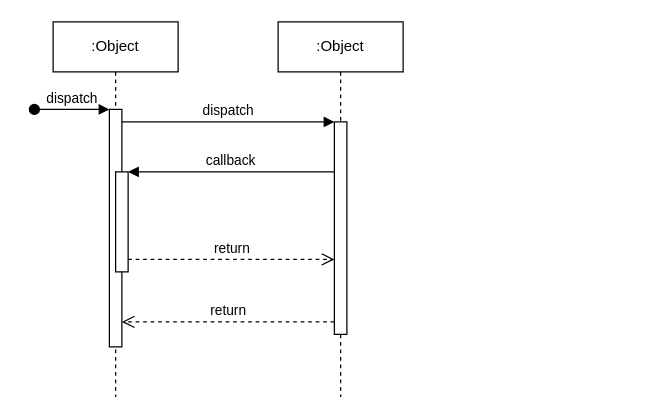
The draw.io diagram sequence_diagram.drawio in ihuod/test-wiki, before the edit. Source tidied: cells renumbered, new cells numbered last; positions are measured from the earlier drawing's top-left corner, leaving out a move shared by most shapes. Both pictures are drawn from the tidied source at 125%, with x=0, y=0 at pixel (34, 21).
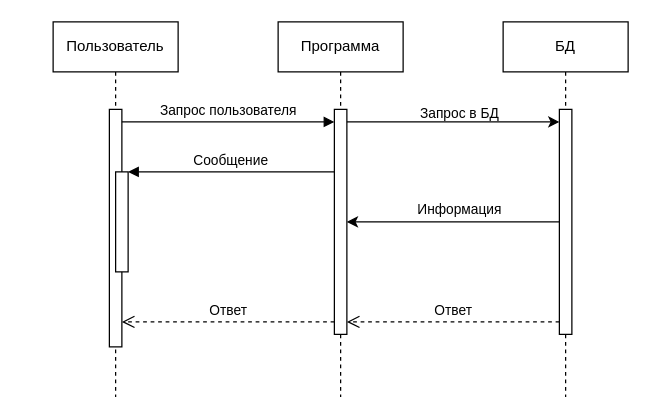
The same diagram, later.

The change refers to these unchanged cells:
```xml
<mxCell id="3" style="html=1;points=[];perimeter=orthogonalPerimeter;outlineConnect=0;targetShapes=umlLifeline;portConstraint=eastwest;newEdgeStyle={&quot;edgeStyle&quot;:&quot;elbowEdgeStyle&quot;,&quot;elbow&quot;:&quot;vertical&quot;,&quot;curved&quot;:0,&quot;rounded&quot;:0};" parent="2" vertex="1">
  <mxGeometry x="45" y="70" width="10" height="190" as="geometry" />
</mxCell>
<mxCell id="5" style="html=1;points=[];perimeter=orthogonalPerimeter;outlineConnect=0;targetShapes=umlLifeline;portConstraint=eastwest;newEdgeStyle={&quot;edgeStyle&quot;:&quot;elbowEdgeStyle&quot;,&quot;elbow&quot;:&quot;vertical&quot;,&quot;curved&quot;:0,&quot;rounded&quot;:0};" parent="2" vertex="1">
  <mxGeometry x="50" y="120" width="10" height="80" as="geometry" />
</mxCell>
```

Change to the diagram source:
```diff
@@
-    <mxCell id="2" value=":Object" style="shape=umlLifeline;perimeter=lifelinePerimeter;whiteSpace=wrap;html=1;newEdgeStyle={&quot;edgeStyle&quot;:&quot;elbowEdgeStyle&quot;,&quot;elbow&quot;:&quot;vertical&quot;,&quot;curved&quot;:0,&quot;rounded&quot;:0};" parent="1" vertex="1">
+    <mxCell id="2" value="Пользователь" style="shape=umlLifeline;perimeter=lifelinePerimeter;whiteSpace=wrap;html=1;newEdgeStyle={&quot;edgeStyle&quot;:&quot;elbowEdgeStyle&quot;,&quot;elbow&quot;:&quot;vertical&quot;,&quot;curved&quot;:0,&quot;rounded&quot;:0};" parent="1" vertex="1">
       <mxGeometry x="15" width="100" height="300" as="geometry" />
     </mxCell>
@@
-    <mxCell id="4" value="dispatch" style="html=1;verticalAlign=bottom;startArrow=oval;endArrow=block;startSize=8;edgeStyle=elbowEdgeStyle;elbow=vertical;curved=0;rounded=0;" parent="2" edge="1" target="3">
-      <mxGeometry relative="1" as="geometry">
-        <mxPoint x="-15" y="70" as="sourcePoint" />
-      </mxGeometry>
-    </mxCell>
@@
-    <mxCell id="6" value=":Object" style="shape=umlLifeline;perimeter=lifelinePerimeter;whiteSpace=wrap;html=1;newEdgeStyle={&quot;edgeStyle&quot;:&quot;elbowEdgeStyle&quot;,&quot;elbow&quot;:&quot;vertical&quot;,&quot;curved&quot;:0,&quot;rounded&quot;:0};" parent="1" vertex="1">
+    <mxCell id="6" value="Программа" style="shape=umlLifeline;perimeter=lifelinePerimeter;whiteSpace=wrap;html=1;newEdgeStyle={&quot;edgeStyle&quot;:&quot;elbowEdgeStyle&quot;,&quot;elbow&quot;:&quot;vertical&quot;,&quot;curved&quot;:0,&quot;rounded&quot;:0};" parent="1" vertex="1">
       <mxGeometry x="195" width="100" height="300" as="geometry" />
     </mxCell>
     <mxCell id="7" style="html=1;points=[];perimeter=orthogonalPerimeter;outlineConnect=0;targetShapes=umlLifeline;portConstraint=eastwest;newEdgeStyle={&quot;edgeStyle&quot;:&quot;elbowEdgeStyle&quot;,&quot;elbow&quot;:&quot;vertical&quot;,&quot;curved&quot;:0,&quot;rounded&quot;:0};" parent="6" vertex="1">
-      <mxGeometry x="45" y="80" width="10" height="170" as="geometry" />
+      <mxGeometry x="45" y="70" width="10" height="180" as="geometry" />
     </mxCell>
-    <mxCell id="8" value="dispatch" style="html=1;verticalAlign=bottom;endArrow=block;edgeStyle=elbowEdgeStyle;elbow=vertical;curved=0;rounded=0;" parent="1" edge="1" source="3" target="7">
+    <mxCell id="8" value="Запрос пользователя" style="html=1;verticalAlign=bottom;endArrow=block;edgeStyle=elbowEdgeStyle;elbow=vertical;curved=0;rounded=0;" parent="1" edge="1" source="3" target="7">
       <mxGeometry relative="1" as="geometry">
         <Array as="points">
           <mxPoint x="155" y="80" />
         </Array>
       </mxGeometry>
     </mxCell>
-    <mxCell id="9" value="return" style="html=1;verticalAlign=bottom;endArrow=open;dashed=1;endSize=8;edgeStyle=elbowEdgeStyle;elbow=vertical;curved=0;rounded=0;" parent="1" edge="1" source="7" target="3">
+    <mxCell id="9" value="Ответ" style="html=1;verticalAlign=bottom;endArrow=open;dashed=1;endSize=8;edgeStyle=elbowEdgeStyle;elbow=vertical;curved=0;rounded=0;" parent="1" edge="1" source="7" target="3">
       <mxGeometry relative="1" as="geometry">
         <Array as="points">
           <mxPoint x="165" y="240" />
         </Array>
       </mxGeometry>
     </mxCell>
-    <mxCell id="10" value="callback" style="html=1;verticalAlign=bottom;endArrow=block;edgeStyle=elbowEdgeStyle;elbow=vertical;curved=0;rounded=0;" parent="1" edge="1" source="7" target="5">
+    <mxCell id="10" value="Сообщение" style="html=1;verticalAlign=bottom;endArrow=block;edgeStyle=elbowEdgeStyle;elbow=vertical;curved=0;rounded=0;" parent="1" edge="1" source="7" target="5">
       <mxGeometry relative="1" as="geometry">
         <Array as="points">
           <mxPoint x="165" y="120" />
         </Array>
       </mxGeometry>
     </mxCell>
-    <mxCell id="11" value="return" style="html=1;verticalAlign=bottom;endArrow=open;dashed=1;endSize=8;edgeStyle=elbowEdgeStyle;elbow=vertical;curved=0;rounded=0;" parent="1" edge="1" source="5" target="7">
-      <mxGeometry relative="1" as="geometry">
-        <Array as="points">
-          <mxPoint x="155" y="190" />
-        </Array>
-      </mxGeometry>
-    </mxCell>
+    <mxCell id="12" value="БД" style="shape=umlLifeline;perimeter=lifelinePerimeter;whiteSpace=wrap;html=1;newEdgeStyle={&quot;edgeStyle&quot;:&quot;elbowEdgeStyle&quot;,&quot;elbow&quot;:&quot;vertical&quot;,&quot;curved&quot;:0,&quot;rounded&quot;:0};" parent="1" vertex="1">
+      <mxGeometry x="375" width="100" height="300" as="geometry" />
+    </mxCell>
+    <mxCell id="13" style="html=1;points=[];perimeter=orthogonalPerimeter;outlineConnect=0;targetShapes=umlLifeline;portConstraint=eastwest;newEdgeStyle={&quot;edgeStyle&quot;:&quot;elbowEdgeStyle&quot;,&quot;elbow&quot;:&quot;vertical&quot;,&quot;curved&quot;:0,&quot;rounded&quot;:0};" parent="12" vertex="1">
+      <mxGeometry x="45" y="70" width="10" height="180" as="geometry" />
+    </mxCell>
+    <mxCell id="14" style="endArrow=classic;html=1;rounded=0;" parent="1" edge="1">
+      <mxGeometry relative="1" as="geometry">
+        <mxPoint x="250" y="80" as="sourcePoint" />
+        <mxPoint x="420" y="80" as="targetPoint" />
+      </mxGeometry>
+    </mxCell>
+    <mxCell id="15" value="Запрос в БД" style="text;html=1;align=center;verticalAlign=middle;strokeColor=none;fillColor=none;fontSize=11;" parent="1" vertex="1">
+      <mxGeometry x="295" y="58" width="90" height="30" as="geometry" />
+    </mxCell>
+    <mxCell id="16" style="endArrow=classic;html=1;rounded=0;" parent="1" edge="1" source="13" target="7">
+      <mxGeometry relative="1" as="geometry" />
+    </mxCell>
+    <mxCell id="17" value="Информация" style="text;html=1;align=center;verticalAlign=middle;strokeColor=none;fillColor=none;fontSize=11;" parent="1" vertex="1">
+      <mxGeometry x="295" y="135" width="90" height="30" as="geometry" />
+    </mxCell>
+    <mxCell id="18" value="Ответ" style="html=1;verticalAlign=bottom;endArrow=open;dashed=1;endSize=8;edgeStyle=elbowEdgeStyle;elbow=vertical;curved=0;rounded=0;" parent="1" edge="1">
+      <mxGeometry relative="1" as="geometry">
+        <mxPoint x="420" y="240" as="sourcePoint" />
+        <mxPoint x="250" y="240" as="targetPoint" />
+        <Array as="points">
+          <mxPoint x="345" y="240" />
+        </Array>
+      </mxGeometry>
+    </mxCell>
```
